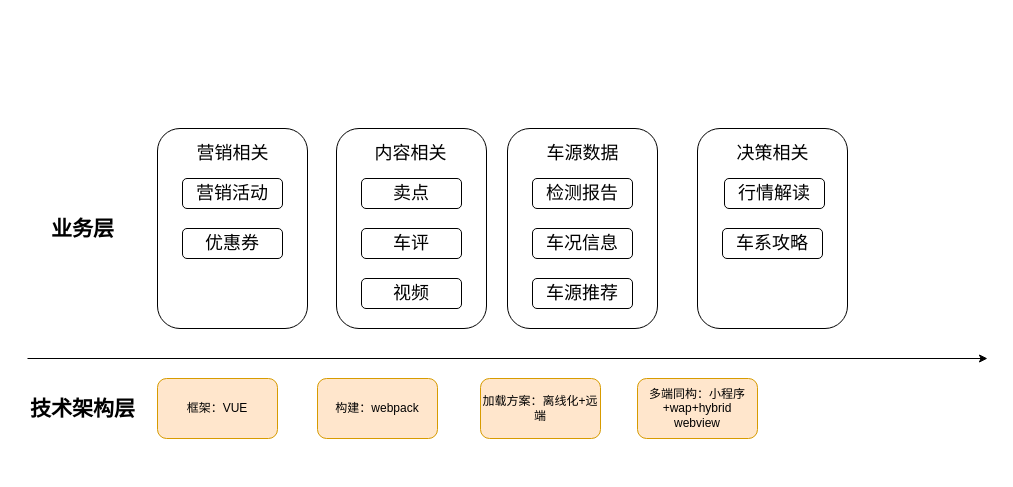
hottaiger/gitTest keeps this draw.io diagram as 详情页架构.drawio. Above is the earlier version. Source tidied: cells renumbered, new cells numbered last; positions are measured from the earlier drawing's top-left corner, leaving out a move shared by most shapes. Both pictures are drawn from the tidied source at 100%, with x=0, y=0 at pixel (17, 128).
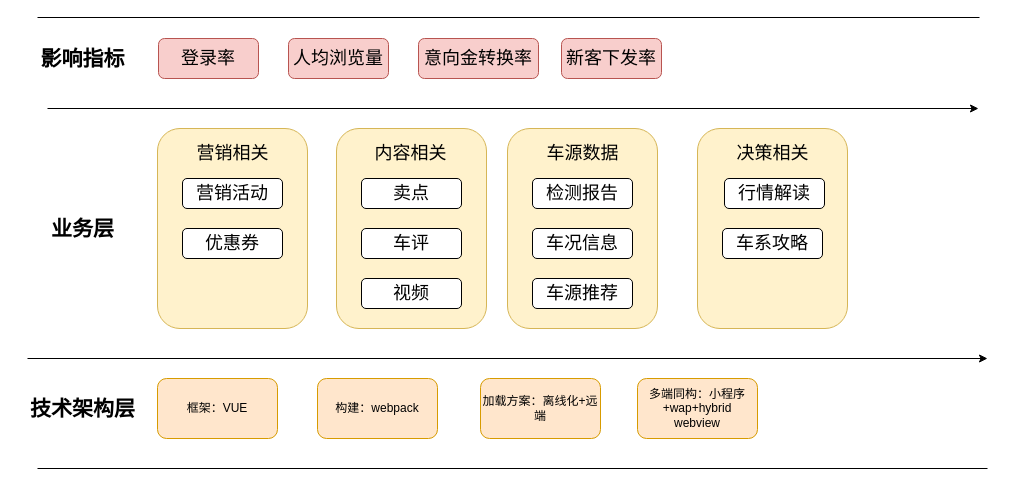
The same page after the edit.

Commit message (it also covers changes not shown here):
更新详情页架构.drawio

Change to the diagram source:
```diff
@@
-    <mxCell id="9" style="rounded=1;whiteSpace=wrap;html=1;fontSize=21;" parent="1" vertex="1">
+    <mxCell id="9" style="rounded=1;whiteSpace=wrap;html=1;fontSize=21;fillColor=#fff2cc;strokeColor=#d6b656;" parent="1" vertex="1">
       <mxGeometry x="140" width="150" height="200" as="geometry" />
     </mxCell>
@@
-    <mxCell id="13" style="rounded=1;whiteSpace=wrap;html=1;fontSize=21;" parent="1" vertex="1">
+    <mxCell id="13" style="rounded=1;whiteSpace=wrap;html=1;fontSize=21;fillColor=#fff2cc;strokeColor=#d6b656;" parent="1" vertex="1">
       <mxGeometry x="319" width="150" height="200" as="geometry" />
     </mxCell>
@@
-    <mxCell id="18" style="rounded=1;whiteSpace=wrap;html=1;fontSize=21;" parent="1" vertex="1">
+    <mxCell id="18" style="rounded=1;whiteSpace=wrap;html=1;fontSize=21;fillColor=#fff2cc;strokeColor=#d6b656;" parent="1" vertex="1">
       <mxGeometry x="490" width="150" height="200" as="geometry" />
     </mxCell>
@@
-    <mxCell id="22" style="rounded=1;whiteSpace=wrap;html=1;fontSize=21;" parent="1" vertex="1">
+    <mxCell id="22" style="rounded=1;whiteSpace=wrap;html=1;fontSize=21;fillColor=#fff2cc;strokeColor=#d6b656;" parent="1" vertex="1">
       <mxGeometry x="680" width="150" height="200" as="geometry" />
     </mxCell>
@@
+    <mxCell id="27" style="endArrow=classic;html=1;rounded=0;fontSize=18;" parent="1" edge="1">
+      <mxGeometry relative="1" as="geometry">
+        <mxPoint x="30" y="-20" as="sourcePoint" />
+        <mxPoint x="961" y="-20" as="targetPoint" />
+      </mxGeometry>
+    </mxCell>
+    <mxCell id="28" value="登录率" style="rounded=1;whiteSpace=wrap;html=1;fontSize=18;fillColor=#f8cecc;strokeColor=#b85450;" parent="1" vertex="1">
+      <mxGeometry x="141" y="-90" width="100" height="40" as="geometry" />
+    </mxCell>
+    <mxCell id="29" value="人均浏览量" style="rounded=1;whiteSpace=wrap;html=1;fontSize=18;fillColor=#f8cecc;strokeColor=#b85450;" parent="1" vertex="1">
+      <mxGeometry x="271" y="-90" width="100" height="40" as="geometry" />
+    </mxCell>
+    <mxCell id="30" value="意向金转换率" style="rounded=1;whiteSpace=wrap;html=1;fontSize=18;fillColor=#f8cecc;strokeColor=#b85450;" parent="1" vertex="1">
+      <mxGeometry x="401" y="-90" width="120" height="40" as="geometry" />
+    </mxCell>
+    <mxCell id="31" value="新客下发率" style="rounded=1;whiteSpace=wrap;html=1;fontSize=18;fillColor=#f8cecc;strokeColor=#b85450;" parent="1" vertex="1">
+      <mxGeometry x="544" y="-90" width="100" height="40" as="geometry" />
+    </mxCell>
+    <mxCell id="32" value="&lt;b&gt;&lt;font style=&quot;font-size: 21px;&quot;&gt;影响指标&lt;/font&gt;&lt;/b&gt;" style="text;html=1;align=center;verticalAlign=middle;strokeColor=none;fillColor=none;" parent="1" vertex="1">
+      <mxGeometry x="10" y="-90" width="110" height="40" as="geometry" />
+    </mxCell>
+    <mxCell id="33" style="endArrow=none;html=1;rounded=0;fontSize=18;" parent="1" edge="1">
+      <mxGeometry relative="1" as="geometry">
+        <mxPoint x="20" y="-111" as="sourcePoint" />
+        <mxPoint x="962" y="-111" as="targetPoint" />
+      </mxGeometry>
+    </mxCell>
+    <mxCell id="34" style="endArrow=none;html=1;rounded=0;fontSize=18;" parent="1" edge="1">
+      <mxGeometry relative="1" as="geometry">
+        <mxPoint x="20" y="340" as="sourcePoint" />
+        <mxPoint x="970" y="340" as="targetPoint" />
+      </mxGeometry>
+    </mxCell>
```
